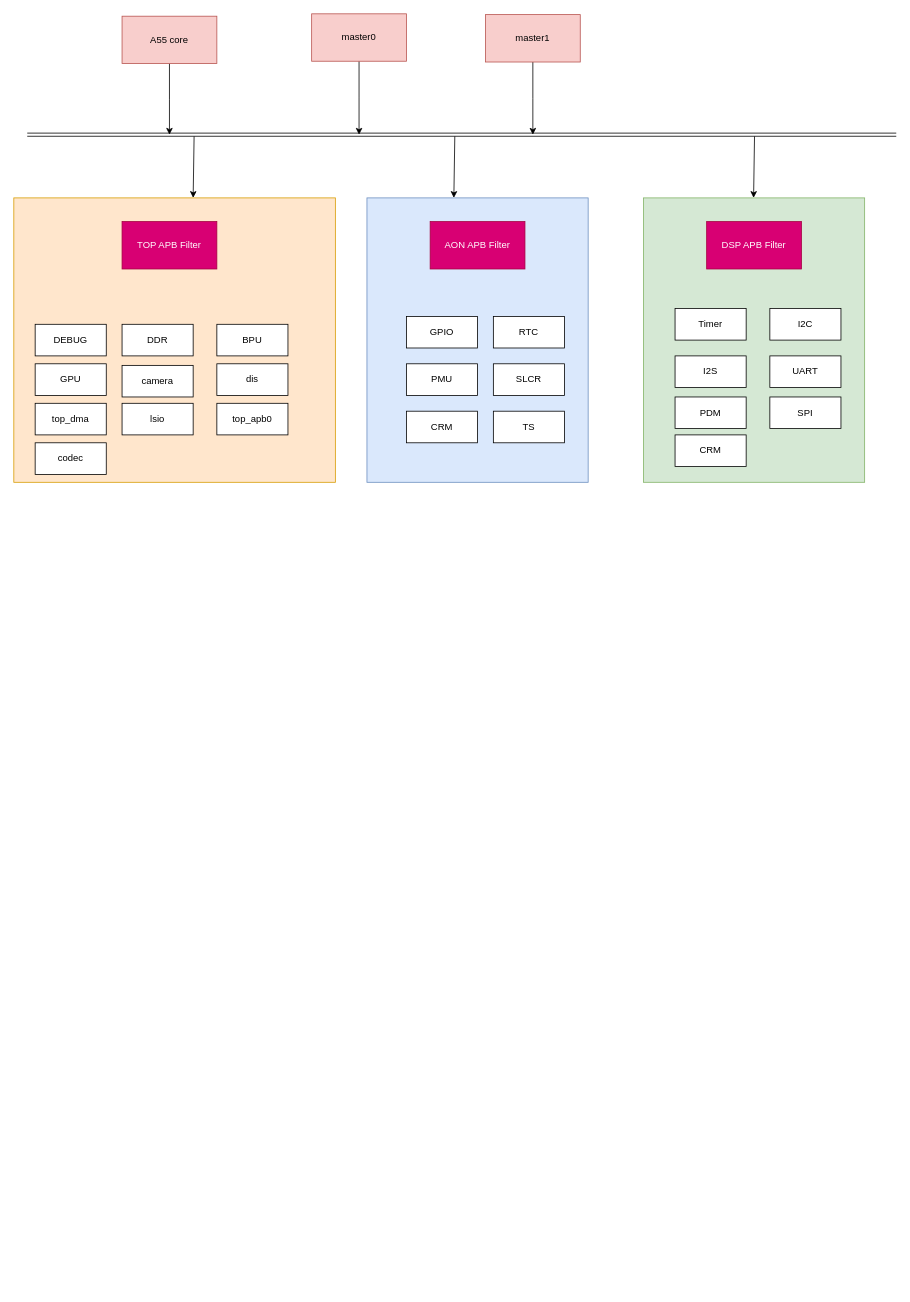
The draw.io diagram page "apb_filter" (1 of 2) of x5.drawio in thomas-coding/drawio, before the edit. Source tidied: cells renumbered, new cells numbered last; positions are measured from the earlier drawing's top-left corner, leaving out a move shared by most shapes. Both pictures are drawn from the tidied source at 79%, with x=0, y=0 at pixel (13, 13).
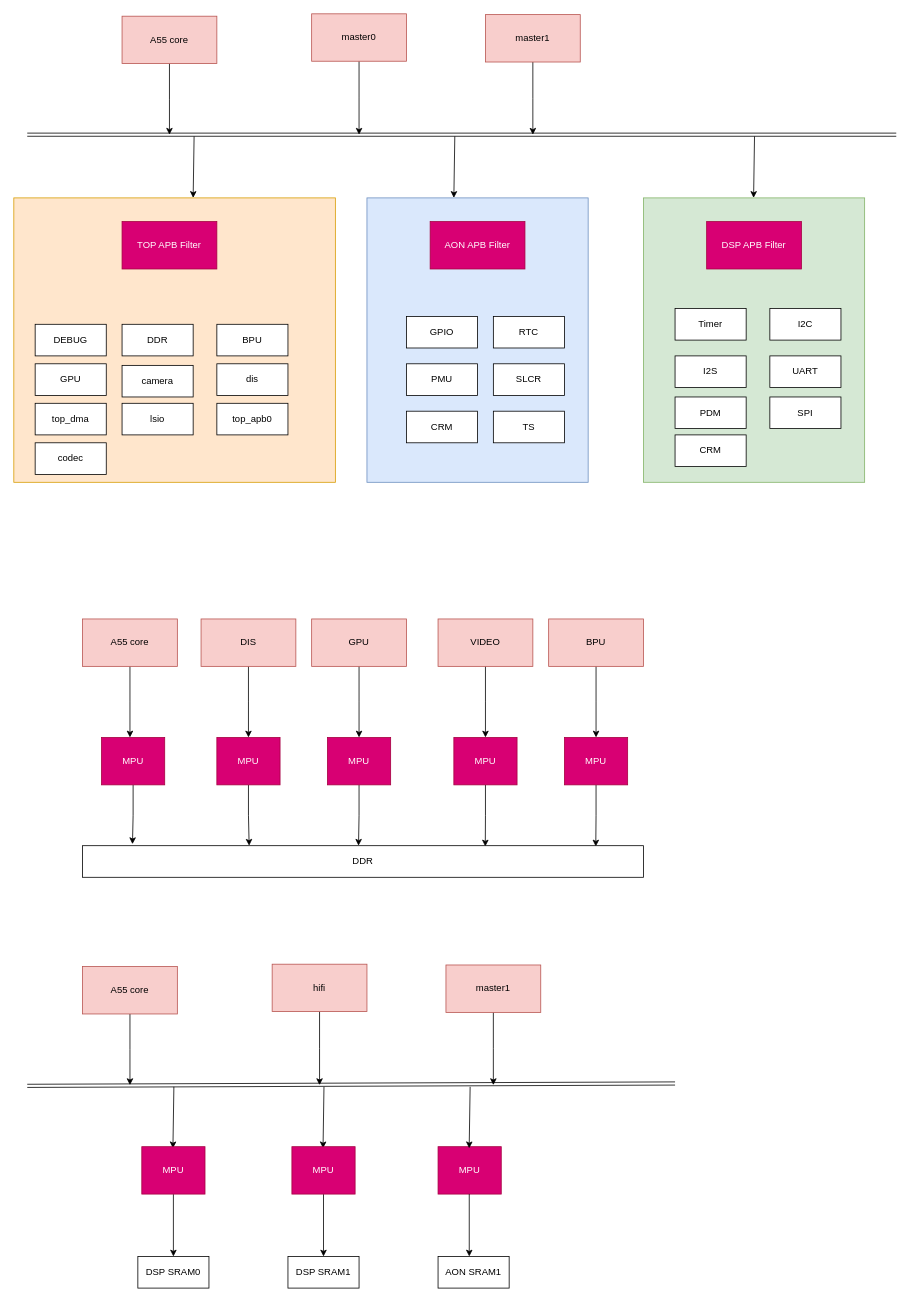
The same page after the edit.

What changed in the source:
```diff
@@
+    <mxCell id="41" style="edgeStyle=orthogonalEdgeStyle;rounded=0;jettySize=auto;html=1;" parent="1" edge="1" source="42">
+      <mxGeometry relative="1" as="geometry">
+        <mxPoint x="147" y="916" as="targetPoint" />
+      </mxGeometry>
+    </mxCell>
+    <mxCell id="42" value="A55 core" style="rounded=0;whiteSpace=wrap;html=1;fillColor=#f8cecc;strokeColor=#b85450;" parent="1" vertex="1">
+      <mxGeometry x="87" y="766" width="120" height="60" as="geometry" />
+    </mxCell>
+    <mxCell id="43" style="edgeStyle=orthogonalEdgeStyle;rounded=0;jettySize=auto;html=1;" parent="1" edge="1" source="44">
+      <mxGeometry relative="1" as="geometry">
+        <mxPoint x="297" y="916" as="targetPoint" />
+      </mxGeometry>
+    </mxCell>
+    <mxCell id="44" value="DIS" style="rounded=0;whiteSpace=wrap;html=1;fillColor=#f8cecc;strokeColor=#b85450;" parent="1" vertex="1">
+      <mxGeometry x="237" y="766" width="120" height="60" as="geometry" />
+    </mxCell>
+    <mxCell id="45" style="edgeStyle=orthogonalEdgeStyle;rounded=0;jettySize=auto;html=1;" parent="1" edge="1" source="46">
+      <mxGeometry relative="1" as="geometry">
+        <mxPoint x="437" y="916" as="targetPoint" />
+      </mxGeometry>
+    </mxCell>
+    <mxCell id="46" value="GPU" style="rounded=0;whiteSpace=wrap;html=1;fillColor=#f8cecc;strokeColor=#b85450;" parent="1" vertex="1">
+      <mxGeometry x="377" y="766" width="120" height="60" as="geometry" />
+    </mxCell>
+    <mxCell id="47" style="edgeStyle=orthogonalEdgeStyle;rounded=0;jettySize=auto;html=1;" parent="1" edge="1" source="48">
+      <mxGeometry relative="1" as="geometry">
+        <mxPoint x="597" y="916" as="targetPoint" />
+      </mxGeometry>
+    </mxCell>
+    <mxCell id="48" value="VIDEO" style="rounded=0;whiteSpace=wrap;html=1;fillColor=#f8cecc;strokeColor=#b85450;" parent="1" vertex="1">
+      <mxGeometry x="537" y="766" width="120" height="60" as="geometry" />
+    </mxCell>
+    <mxCell id="49" style="edgeStyle=orthogonalEdgeStyle;rounded=0;jettySize=auto;html=1;" parent="1" edge="1" source="50">
+      <mxGeometry relative="1" as="geometry">
+        <mxPoint x="737" y="916" as="targetPoint" />
+      </mxGeometry>
+    </mxCell>
+    <mxCell id="50" value="BPU" style="rounded=0;whiteSpace=wrap;html=1;fillColor=#f8cecc;strokeColor=#b85450;" parent="1" vertex="1">
+      <mxGeometry x="677" y="766" width="120" height="60" as="geometry" />
+    </mxCell>
+    <mxCell id="51" style="edgeStyle=orthogonalEdgeStyle;rounded=0;jettySize=auto;html=1;entryX=0.089;entryY=-0.05;entryDx=0;entryDy=0;entryPerimeter=0;" parent="1" edge="1" source="52" target="61">
+      <mxGeometry relative="1" as="geometry" />
+    </mxCell>
+    <mxCell id="52" value="MPU" style="rounded=0;whiteSpace=wrap;html=1;fillColor=#d80073;fontColor=#ffffff;strokeColor=#A50040;" parent="1" vertex="1">
+      <mxGeometry x="111" y="916" width="80" height="60" as="geometry" />
+    </mxCell>
+    <mxCell id="53" style="edgeStyle=orthogonalEdgeStyle;rounded=0;jettySize=auto;html=1;entryX=0.297;entryY=0;entryDx=0;entryDy=0;entryPerimeter=0;" parent="1" edge="1" source="54" target="61">
+      <mxGeometry relative="1" as="geometry" />
+    </mxCell>
+    <mxCell id="54" value="MPU" style="rounded=0;whiteSpace=wrap;html=1;fillColor=#d80073;fontColor=#ffffff;strokeColor=#A50040;" parent="1" vertex="1">
+      <mxGeometry x="257" y="916" width="80" height="60" as="geometry" />
+    </mxCell>
+    <mxCell id="55" style="edgeStyle=orthogonalEdgeStyle;rounded=0;jettySize=auto;html=1;entryX=0.492;entryY=0;entryDx=0;entryDy=0;entryPerimeter=0;" parent="1" edge="1" source="56" target="61">
+      <mxGeometry relative="1" as="geometry" />
+    </mxCell>
+    <mxCell id="56" value="MPU" style="rounded=0;whiteSpace=wrap;html=1;fillColor=#d80073;fontColor=#ffffff;strokeColor=#A50040;" parent="1" vertex="1">
+      <mxGeometry x="397" y="916" width="80" height="60" as="geometry" />
+    </mxCell>
+    <mxCell id="57" style="edgeStyle=orthogonalEdgeStyle;rounded=0;jettySize=auto;html=1;entryX=0.718;entryY=0.025;entryDx=0;entryDy=0;entryPerimeter=0;" parent="1" edge="1" source="58" target="61">
+      <mxGeometry relative="1" as="geometry" />
+    </mxCell>
+    <mxCell id="58" value="MPU" style="rounded=0;whiteSpace=wrap;html=1;fillColor=#d80073;fontColor=#ffffff;strokeColor=#A50040;" parent="1" vertex="1">
+      <mxGeometry x="557" y="916" width="80" height="60" as="geometry" />
+    </mxCell>
+    <mxCell id="59" style="edgeStyle=orthogonalEdgeStyle;rounded=0;jettySize=auto;html=1;entryX=0.915;entryY=0.025;entryDx=0;entryDy=0;entryPerimeter=0;" parent="1" edge="1" source="60" target="61">
+      <mxGeometry relative="1" as="geometry" />
+    </mxCell>
+    <mxCell id="60" value="MPU" style="rounded=0;whiteSpace=wrap;html=1;fillColor=#d80073;fontColor=#ffffff;strokeColor=#A50040;" parent="1" vertex="1">
+      <mxGeometry x="697" y="916" width="80" height="60" as="geometry" />
+    </mxCell>
+    <mxCell id="61" value="DDR" style="rounded=0;whiteSpace=wrap;html=1;" parent="1" vertex="1">
+      <mxGeometry x="87" y="1053" width="710" height="40" as="geometry" />
+    </mxCell>
+    <mxCell id="62" style="edgeStyle=orthogonalEdgeStyle;rounded=0;jettySize=auto;html=1;" parent="1" edge="1" source="63">
+      <mxGeometry relative="1" as="geometry">
+        <mxPoint x="147" y="1356" as="targetPoint" />
+      </mxGeometry>
+    </mxCell>
+    <mxCell id="63" value="A55 core" style="rounded=0;whiteSpace=wrap;html=1;fillColor=#f8cecc;strokeColor=#b85450;" parent="1" vertex="1">
+      <mxGeometry x="87" y="1206" width="120" height="60" as="geometry" />
+    </mxCell>
+    <mxCell id="64" style="edgeStyle=orthogonalEdgeStyle;rounded=0;jettySize=auto;html=1;" parent="1" edge="1" source="65">
+      <mxGeometry relative="1" as="geometry">
+        <mxPoint x="387" y="1356" as="targetPoint" />
+      </mxGeometry>
+    </mxCell>
+    <mxCell id="65" value="hifi" style="rounded=0;whiteSpace=wrap;html=1;fillColor=#f8cecc;strokeColor=#b85450;" parent="1" vertex="1">
+      <mxGeometry x="327" y="1203" width="120" height="60" as="geometry" />
+    </mxCell>
+    <mxCell id="66" style="edgeStyle=orthogonalEdgeStyle;rounded=0;jettySize=auto;html=1;" parent="1" edge="1" source="67">
+      <mxGeometry relative="1" as="geometry">
+        <mxPoint x="607" y="1356" as="targetPoint" />
+      </mxGeometry>
+    </mxCell>
+    <mxCell id="67" value="master1" style="rounded=0;whiteSpace=wrap;html=1;fillColor=#f8cecc;strokeColor=#b85450;" parent="1" vertex="1">
+      <mxGeometry x="547" y="1204" width="120" height="60" as="geometry" />
+    </mxCell>
+    <mxCell id="68" style="shape=link;html=1;rounded=0;" parent="1" edge="1">
+      <mxGeometry relative="1" as="geometry">
+        <mxPoint x="17" y="1357" as="sourcePoint" />
+        <mxPoint x="837" y="1354" as="targetPoint" />
+      </mxGeometry>
+    </mxCell>
+    <mxCell id="69" style="endArrow=classic;html=1;rounded=0;entryX=0.432;entryY=-0.006;entryDx=0;entryDy=0;entryPerimeter=0;" parent="1" edge="1">
+      <mxGeometry relative="1" as="geometry">
+        <mxPoint x="202.6" y="1358.2" as="sourcePoint" />
+        <mxPoint x="201.4" y="1436" as="targetPoint" />
+      </mxGeometry>
+    </mxCell>
+    <mxCell id="70" style="edgeStyle=orthogonalEdgeStyle;rounded=0;jettySize=auto;html=1;entryX=0.5;entryY=0;entryDx=0;entryDy=0;" parent="1" edge="1" source="71" target="72">
+      <mxGeometry relative="1" as="geometry" />
+    </mxCell>
+    <mxCell id="71" value="MPU" style="rounded=0;whiteSpace=wrap;html=1;fillColor=#d80073;fontColor=#ffffff;strokeColor=#A50040;" parent="1" vertex="1">
+      <mxGeometry x="162" y="1434" width="80" height="60" as="geometry" />
+    </mxCell>
+    <mxCell id="72" value="DSP SRAM0" style="rounded=0;whiteSpace=wrap;html=1;" parent="1" vertex="1">
+      <mxGeometry x="157" y="1573" width="90" height="40" as="geometry" />
+    </mxCell>
+    <mxCell id="73" style="endArrow=classic;html=1;rounded=0;entryX=0.432;entryY=-0.006;entryDx=0;entryDy=0;entryPerimeter=0;" parent="1" edge="1">
+      <mxGeometry relative="1" as="geometry">
+        <mxPoint x="392.6" y="1358.2" as="sourcePoint" />
+        <mxPoint x="391.4" y="1436" as="targetPoint" />
+      </mxGeometry>
+    </mxCell>
+    <mxCell id="74" style="edgeStyle=orthogonalEdgeStyle;rounded=0;jettySize=auto;html=1;entryX=0.5;entryY=0;entryDx=0;entryDy=0;" parent="1" edge="1" source="75" target="76">
+      <mxGeometry relative="1" as="geometry" />
+    </mxCell>
+    <mxCell id="75" value="MPU" style="rounded=0;whiteSpace=wrap;html=1;fillColor=#d80073;fontColor=#ffffff;strokeColor=#A50040;" parent="1" vertex="1">
+      <mxGeometry x="352" y="1434" width="80" height="60" as="geometry" />
+    </mxCell>
+    <mxCell id="76" value="DSP SRAM1" style="rounded=0;whiteSpace=wrap;html=1;" parent="1" vertex="1">
+      <mxGeometry x="347" y="1573" width="90" height="40" as="geometry" />
+    </mxCell>
+    <mxCell id="77" value="AON SRAM1" style="rounded=0;whiteSpace=wrap;html=1;" parent="1" vertex="1">
+      <mxGeometry x="537" y="1573" width="90" height="40" as="geometry" />
+    </mxCell>
+    <mxCell id="78" value="MPU" style="rounded=0;whiteSpace=wrap;html=1;fillColor=#d80073;fontColor=#ffffff;strokeColor=#A50040;" parent="1" vertex="1">
+      <mxGeometry x="537" y="1434" width="80" height="60" as="geometry" />
+    </mxCell>
+    <mxCell id="79" style="endArrow=classic;html=1;rounded=0;entryX=0.432;entryY=-0.006;entryDx=0;entryDy=0;entryPerimeter=0;" parent="1" edge="1">
+      <mxGeometry relative="1" as="geometry">
+        <mxPoint x="577.6" y="1358.2" as="sourcePoint" />
+        <mxPoint x="576.4" y="1436" as="targetPoint" />
+      </mxGeometry>
+    </mxCell>
+    <mxCell id="80" style="edgeStyle=orthogonalEdgeStyle;rounded=0;orthogonalLoop=1;jettySize=auto;html=1;entryX=0.5;entryY=0;entryDx=0;entryDy=0;" parent="1" edge="1">
+      <mxGeometry relative="1" as="geometry">
+        <mxPoint x="576.5" y="1494" as="sourcePoint" />
+        <mxPoint x="576.5" y="1573" as="targetPoint" />
+      </mxGeometry>
+    </mxCell>
```
